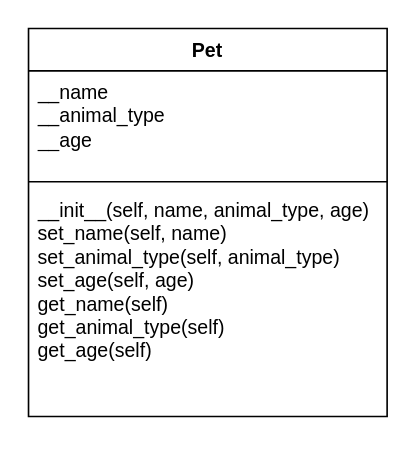
Earlier version of the draw.io diagram charts/ch10ex1.drawio (quinn-endicott/pythonPractice). Source tidied: cells renumbered, new cells numbered last; positions are measured from the earlier drawing's top-left corner, leaving out a move shared by most shapes. Both pictures are drawn from the tidied source at 163%, with x=0, y=0 at pixel (28, 28).
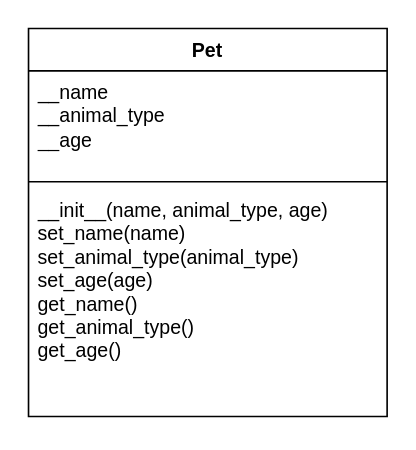
The same diagram, later.

What changed in the source:
```diff
@@
 <mxGraphModel>
   <root>
     <mxCell id="0" />
     <mxCell id="1" parent="0" />
     <mxCell id="2" value="Pet" style="swimlane;fontStyle=1;align=center;verticalAlign=top;horizontal=1;startSize=26;whiteSpace=wrap;html=1;" parent="1" vertex="1">
       <mxGeometry width="220" height="238" as="geometry" />
     </mxCell>
     <mxCell id="3" value="__name&lt;br&gt;__animal_type&lt;br&gt;__age" style="text;strokeColor=none;fillColor=none;align=left;verticalAlign=top;spacingLeft=4;spacingRight=4;overflow=hidden;whiteSpace=wrap;html=1;" parent="2" vertex="1">
       <mxGeometry y="26" width="220" height="64" as="geometry" />
     </mxCell>
     <mxCell id="4" style="line;strokeWidth=1;fillColor=none;align=left;verticalAlign=middle;spacingTop=-1;spacingLeft=3;spacingRight=3;labelPosition=right;strokeColor=inherit;" parent="2" vertex="1">
       <mxGeometry y="90" width="220" height="8" as="geometry" />
     </mxCell>
-    <mxCell id="5" value="__init__(self, name, animal_type, age)&lt;br&gt;set_name(self, name)&lt;br&gt;set_animal_type(self, animal_type)&lt;br&gt;set_age(self, age)&lt;br&gt;get_name(self)&lt;br&gt;get_animal_type(self)&lt;br&gt;get_age(self)" style="text;strokeColor=none;fillColor=none;align=left;verticalAlign=top;spacingLeft=4;spacingRight=4;overflow=hidden;whiteSpace=wrap;html=1;" parent="2" vertex="1">
+    <mxCell id="5" value="__init__(name, animal_type, age)&lt;br&gt;set_name(name)&lt;br&gt;set_animal_type(animal_type)&lt;br&gt;set_age(age)&lt;br&gt;get_name()&lt;br&gt;get_animal_type()&lt;br&gt;get_age()" style="text;strokeColor=none;fillColor=none;align=left;verticalAlign=top;spacingLeft=4;spacingRight=4;overflow=hidden;whiteSpace=wrap;html=1;" parent="2" vertex="1">
       <mxGeometry y="98" width="220" height="140" as="geometry" />
     </mxCell>
   </root>
 </mxGraphModel>
```
